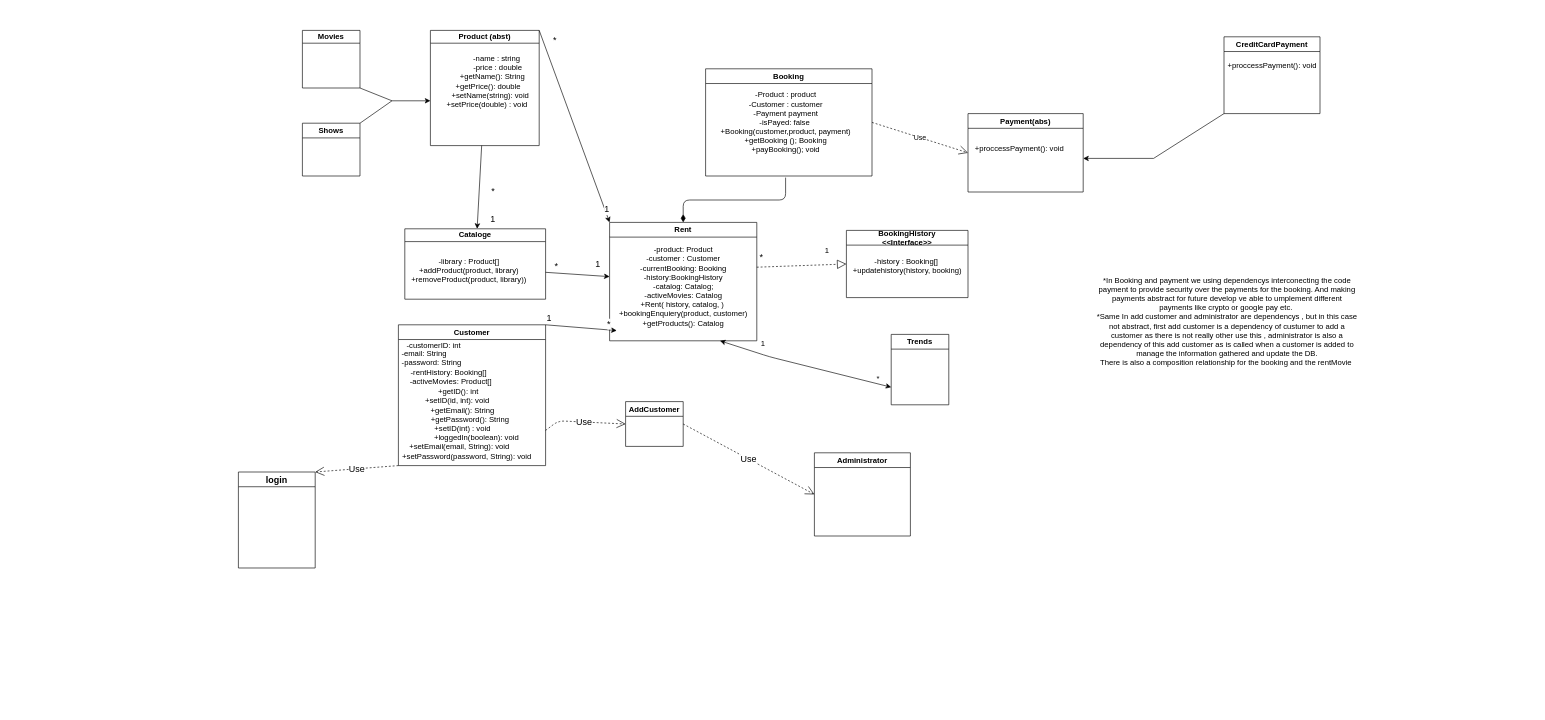
Maxxo95/RentalVideo keeps this draw.io diagram as classDiagram.drawio. Above is the earlier version. Source tidied: cells renumbered, new cells numbered last; positions are measured from the earlier drawing's top-left corner, leaving out a move shared by most shapes. Both pictures are drawn from the tidied source at 64%, with x=0, y=0 at pixel (238, 30).
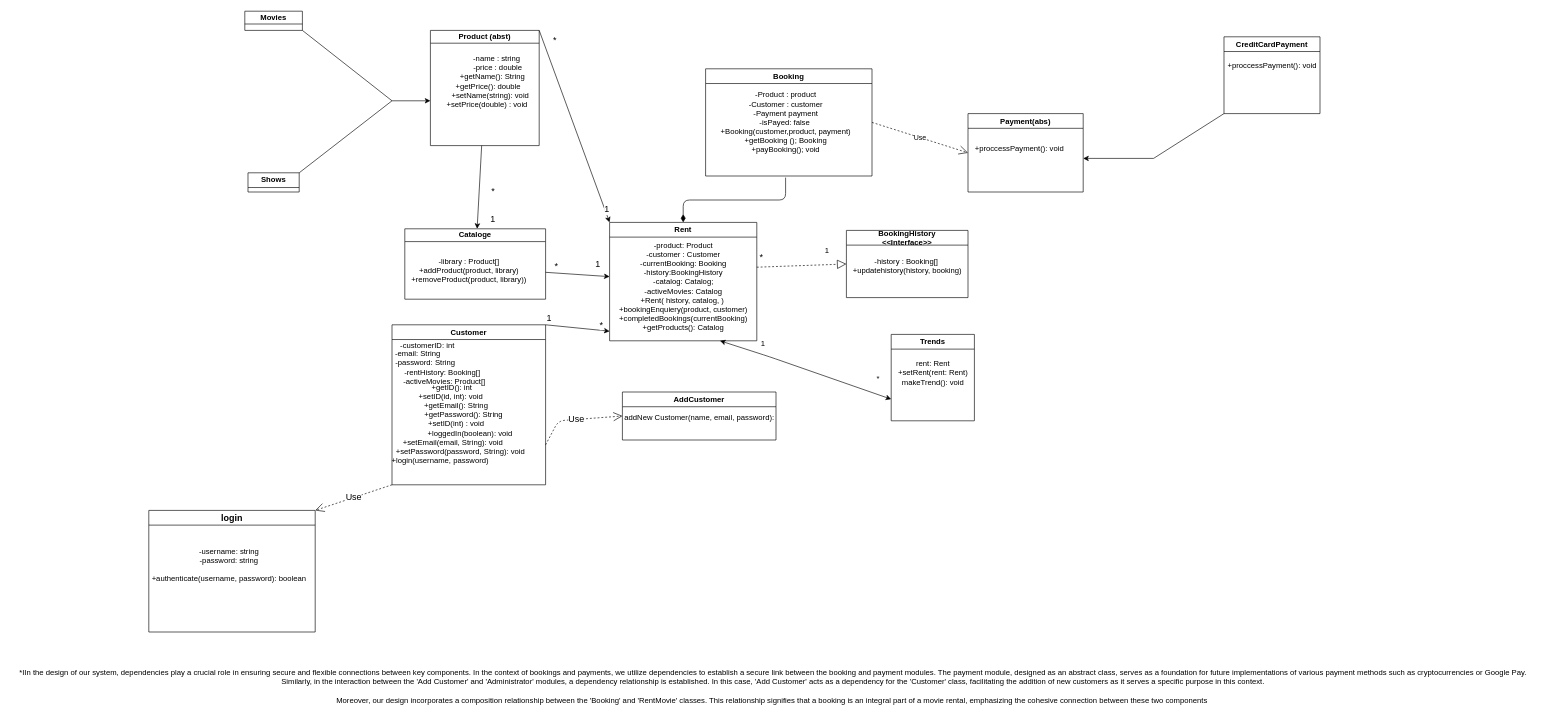
Above is the later version.

Unchanged cells that the change refers to:
```xml
<mxCell id="8" value="Rent" style="swimlane;whiteSpace=wrap;html=1;" parent="1" vertex="1">
  <mxGeometry x="580" y="300" width="230" height="185" as="geometry" />
</mxCell>
```

Diff of the diagram source:
```diff
@@
     <mxCell id="5" value="Customer" style="swimlane;whiteSpace=wrap;html=1;" parent="1" vertex="1">
-      <mxGeometry x="250" y="460" width="230" height="220" as="geometry" />
+      <mxGeometry x="240" y="460" width="240" height="250" as="geometry" />
     </mxCell>
-    <mxCell id="6" value="&amp;nbsp; &amp;nbsp; &amp;nbsp; &amp;nbsp; &amp;nbsp; &amp;nbsp;+getID(): int&lt;br&gt;&amp;nbsp; &amp;nbsp; &amp;nbsp; &amp;nbsp; &amp;nbsp; +setID(id, int): void&lt;br&gt;&amp;nbsp; &amp;nbsp; &amp;nbsp; &amp;nbsp; &amp;nbsp; &amp;nbsp; &amp;nbsp; &amp;nbsp;+getEmail(): String&lt;br&gt;&amp;nbsp; &amp;nbsp; &amp;nbsp; &amp;nbsp; &amp;nbsp; &amp;nbsp; &amp;nbsp; &amp;nbsp; &amp;nbsp; &amp;nbsp; &amp;nbsp; +getPassword(): String&lt;br&gt;&amp;nbsp; &amp;nbsp; &amp;nbsp; &amp;nbsp; &amp;nbsp; &amp;nbsp; &amp;nbsp; &amp;nbsp;+setID(int) : void&lt;br&gt;&amp;nbsp; &amp;nbsp; &amp;nbsp; &amp;nbsp; &amp;nbsp; &amp;nbsp; &amp;nbsp; &amp;nbsp; &amp;nbsp; &amp;nbsp; &amp;nbsp; &amp;nbsp; &amp;nbsp; &amp;nbsp; +loggedIn(boolean): void&lt;br&gt;&amp;nbsp; &amp;nbsp; &amp;nbsp; &amp;nbsp; &amp;nbsp; &amp;nbsp; +setEmail(email, String): void&lt;br&gt;&amp;nbsp; &amp;nbsp; &amp;nbsp; &amp;nbsp; &amp;nbsp; &amp;nbsp; &amp;nbsp; &amp;nbsp; &amp;nbsp; &amp;nbsp;+setPassword(password, String): void" style="text;html=1;align=center;verticalAlign=middle;strokeColor=none;fillColor=none;" parent="5" vertex="1">
-      <mxGeometry x="-70" y="90" width="290" height="130" as="geometry" />
+    <mxCell id="6" value="&amp;nbsp; &amp;nbsp; &amp;nbsp; &amp;nbsp; &amp;nbsp; &amp;nbsp;+getID(): int&lt;br&gt;&amp;nbsp; &amp;nbsp; &amp;nbsp; &amp;nbsp; &amp;nbsp; +setID(id, int): void&lt;br&gt;&amp;nbsp; &amp;nbsp; &amp;nbsp; &amp;nbsp; &amp;nbsp; &amp;nbsp; &amp;nbsp; &amp;nbsp;+getEmail(): String&lt;br&gt;&amp;nbsp; &amp;nbsp; &amp;nbsp; &amp;nbsp; &amp;nbsp; &amp;nbsp; &amp;nbsp; &amp;nbsp; &amp;nbsp; &amp;nbsp; &amp;nbsp; +getPassword(): String&lt;br&gt;&amp;nbsp; &amp;nbsp; &amp;nbsp; &amp;nbsp; &amp;nbsp; &amp;nbsp; &amp;nbsp; &amp;nbsp;+setID(int) : void&lt;br&gt;&amp;nbsp; &amp;nbsp; &amp;nbsp; &amp;nbsp; &amp;nbsp; &amp;nbsp; &amp;nbsp; &amp;nbsp; &amp;nbsp; &amp;nbsp; &amp;nbsp; &amp;nbsp; &amp;nbsp; &amp;nbsp; +loggedIn(boolean): void&lt;br&gt;&amp;nbsp; &amp;nbsp; &amp;nbsp; &amp;nbsp; &amp;nbsp; &amp;nbsp; +setEmail(email, String): void&lt;br&gt;&amp;nbsp; &amp;nbsp; &amp;nbsp; &amp;nbsp; &amp;nbsp; &amp;nbsp; &amp;nbsp; &amp;nbsp; &amp;nbsp; &amp;nbsp;+setPassword(password, String): void&lt;br&gt;+login(username, password)" style="text;html=1;align=center;verticalAlign=middle;strokeColor=none;fillColor=none;" parent="5" vertex="1">
+      <mxGeometry x="-70" y="85" width="290" height="140" as="geometry" />
     </mxCell>
@@
-    <mxCell id="9" value="-product: Product&lt;br&gt;-customer : Customer&lt;br&gt;-currentBooking: Booking&lt;br&gt;-history:BookingHistory&lt;br&gt;-catalog: Catalog;&lt;br&gt;-activeMovies: Catalog&lt;br&gt;+Rent( history, catalog, )&amp;nbsp;&lt;br&gt;+bookingEnquiery(product, customer)&lt;br&gt;+getProducts(): Catalog&lt;br&gt;" style="text;html=1;align=center;verticalAlign=middle;points=[];strokeColor=none;fillColor=none;" parent="8" vertex="1">
-      <mxGeometry x="5" y="30" width="220" height="140" as="geometry" />
+    <mxCell id="9" value="-product: Product&lt;br&gt;-customer : Customer&lt;br&gt;-currentBooking: Booking&lt;br&gt;-history:BookingHistory&lt;br&gt;-catalog: Catalog;&lt;br&gt;-activeMovies: Catalog&lt;br&gt;+Rent( history, catalog, )&amp;nbsp;&lt;br&gt;+bookingEnquiery(product, customer)&lt;br&gt;+completedBookings(currentBooking)&lt;br&gt;+getProducts(): Catalog" style="text;html=1;align=center;verticalAlign=middle;points=[];strokeColor=none;fillColor=none;" parent="8" vertex="1">
+      <mxGeometry x="5" y="20" width="220" height="160" as="geometry" />
     </mxCell>
@@
     <mxCell id="12" value="AddCustomer" style="swimlane;whiteSpace=wrap;html=1;" parent="1" vertex="1">
-      <mxGeometry x="605" y="580" width="90" height="70" as="geometry" />
+      <mxGeometry x="600" y="565" width="240" height="75" as="geometry" />
     </mxCell>
+    <mxCell id="56" value="addNew Customer(name, email, password):" style="text;html=1;align=center;verticalAlign=middle;strokeColor=none;fillColor=none;" parent="12" vertex="1">
+      <mxGeometry x="-10" y="25" width="260" height="30" as="geometry" />
+    </mxCell>
@@
     <mxCell id="18" value="Trends" style="swimlane;whiteSpace=wrap;html=1;" parent="1" vertex="1">
-      <mxGeometry x="1020" y="475" width="90" height="110" as="geometry" />
+      <mxGeometry x="1020" y="475" width="130" height="135" as="geometry" />
     </mxCell>
-    <mxCell id="19" value="Administrator" style="swimlane;whiteSpace=wrap;html=1;" parent="1" vertex="1">
-      <mxGeometry x="900" y="660" width="150" height="130" as="geometry" />
-    </mxCell>
+    <mxCell id="57" value="rent: Rent&lt;br&gt;+setRent(rent: Rent)&lt;br&gt;makeTrend(): void&lt;br&gt;" style="text;html=1;align=center;verticalAlign=middle;strokeColor=none;fillColor=none;" parent="18" vertex="1">
+      <mxGeometry y="30" width="130" height="60" as="geometry" />
+    </mxCell>
@@
-    <mxCell id="24" style="endArrow=classic;html=1;fontSize=14;exitX=1;exitY=0;exitDx=0;exitDy=0;entryX=0.028;entryY=0.993;entryDx=0;entryDy=0;entryPerimeter=0;" parent="1" edge="1" source="5" target="9">
-      <mxGeometry relative="1" as="geometry" />
+    <mxCell id="24" style="endArrow=classic;html=1;fontSize=14;exitX=1;exitY=0;exitDx=0;exitDy=0;" parent="1" edge="1" source="5">
+      <mxGeometry relative="1" as="geometry">
+        <mxPoint x="580" y="470" as="targetPoint" />
+      </mxGeometry>
     </mxCell>
@@
-    <mxCell id="27" value="Movies" style="swimlane;whiteSpace=wrap;html=1;startSize=20;" parent="1" vertex="1">
-      <mxGeometry x="100" width="90" height="90" as="geometry" />
+    <mxCell id="27" value="Movies" style="swimlane;whiteSpace=wrap;html=1;startSize=20;" parent="1" vertex="1" collapsed="1">
+      <mxGeometry x="10" y="-30" width="90" height="30" as="geometry" />
     </mxCell>
-    <mxCell id="28" value="Shows" style="swimlane;whiteSpace=wrap;html=1;" parent="1" vertex="1">
-      <mxGeometry x="100" y="145" width="90" height="82.5" as="geometry" />
+    <mxCell id="28" value="Shows" style="swimlane;whiteSpace=wrap;html=1;" parent="1" vertex="1" collapsed="1">
+      <mxGeometry x="15" y="222.5" width="80" height="30" as="geometry" />
     </mxCell>
@@
     <mxCell id="41" value="login" style="swimlane;whiteSpace=wrap;html=1;fontSize=14;" parent="1" vertex="1">
-      <mxGeometry y="690" width="120" height="150" as="geometry" />
+      <mxGeometry x="-140" y="750" width="260" height="190" as="geometry" />
     </mxCell>
+    <mxCell id="58" value="-username: string&lt;br&gt;-password: string&lt;br&gt;&lt;br&gt;+authenticate(username, password): boolean" style="text;html=1;align=center;verticalAlign=middle;strokeColor=none;fillColor=none;" parent="41" vertex="1">
+      <mxGeometry x="-5" y="50" width="260" height="70" as="geometry" />
+    </mxCell>
@@
-    <mxCell id="43" value="Use" style="endArrow=open;endSize=12;dashed=1;html=1;fontSize=14;exitX=1;exitY=0.5;exitDx=0;exitDy=0;entryX=0;entryY=0.5;entryDx=0;entryDy=0;" parent="1" edge="1" source="12" target="19">
-      <mxGeometry relative="1" as="geometry" />
-    </mxCell>
@@
-    <mxCell id="55" value="*In Booking and payment we using dependencys interconecting the code payment to provide security over the payments for the booking. And making payments abstract for future develop ve able to umplement different payments like crypto or google pay etc.&amp;nbsp;&lt;br&gt;*Same In add customer and administrator are dependencys , but in this case not abstract, first add customer is a dependency of custumer to add a customer as there is not really other use this , administrator is also a dependency of this add customer as is called when a customer is added to manage the information gathered and update the DB.&lt;br&gt;There is also a composition relationship for the booking and the rentMovie&amp;nbsp;" style="text;html=1;strokeColor=none;fillColor=none;align=center;verticalAlign=middle;whiteSpace=wrap;rounded=0;" parent="1" vertex="1">
-      <mxGeometry x="1340" y="280" width="410" height="350" as="geometry" />
-    </mxCell>
+    <mxCell id="59" style="text;html=1;align=center;verticalAlign=middle;strokeColor=none;fillColor=none;" parent="1" vertex="1">
+      <mxGeometry x="1485" y="800" width="20" height="30" as="geometry" />
+    </mxCell>
+    <mxCell id="60" value="&lt;div&gt;*IIn the design of our system, dependencies play a crucial role in ensuring secure and flexible connections between key components. In the context of bookings and payments, we utilize dependencies to establish a secure link between the booking and payment modules. The payment module, designed as an abstract class, serves as a foundation for future implementations of various payment methods such as cryptocurrencies or Google Pay.&lt;/div&gt;&lt;div&gt;Similarly, in the interaction between the 'Add Customer' and 'Administrator' modules, a dependency relationship is established. In this case, 'Add Customer' acts as a dependency for the 'Customer' class, facilitating the addition of new customers as it serves a specific purpose in this context.&lt;/div&gt;&lt;div&gt;&lt;br&gt;&lt;/div&gt;&lt;div&gt;Moreover, our design incorporates a composition relationship between the 'Booking' and 'RentMovie' classes. This relationship signifies that a booking is an integral part of a movie rental, emphasizing the cohesive connection between these two components&amp;nbsp;&lt;/div&gt;" style="text;html=1;align=center;verticalAlign=middle;strokeColor=none;fillColor=none;" parent="1" vertex="1">
+      <mxGeometry x="-355" y="990" width="2380" height="70" as="geometry" />
+    </mxCell>
```
